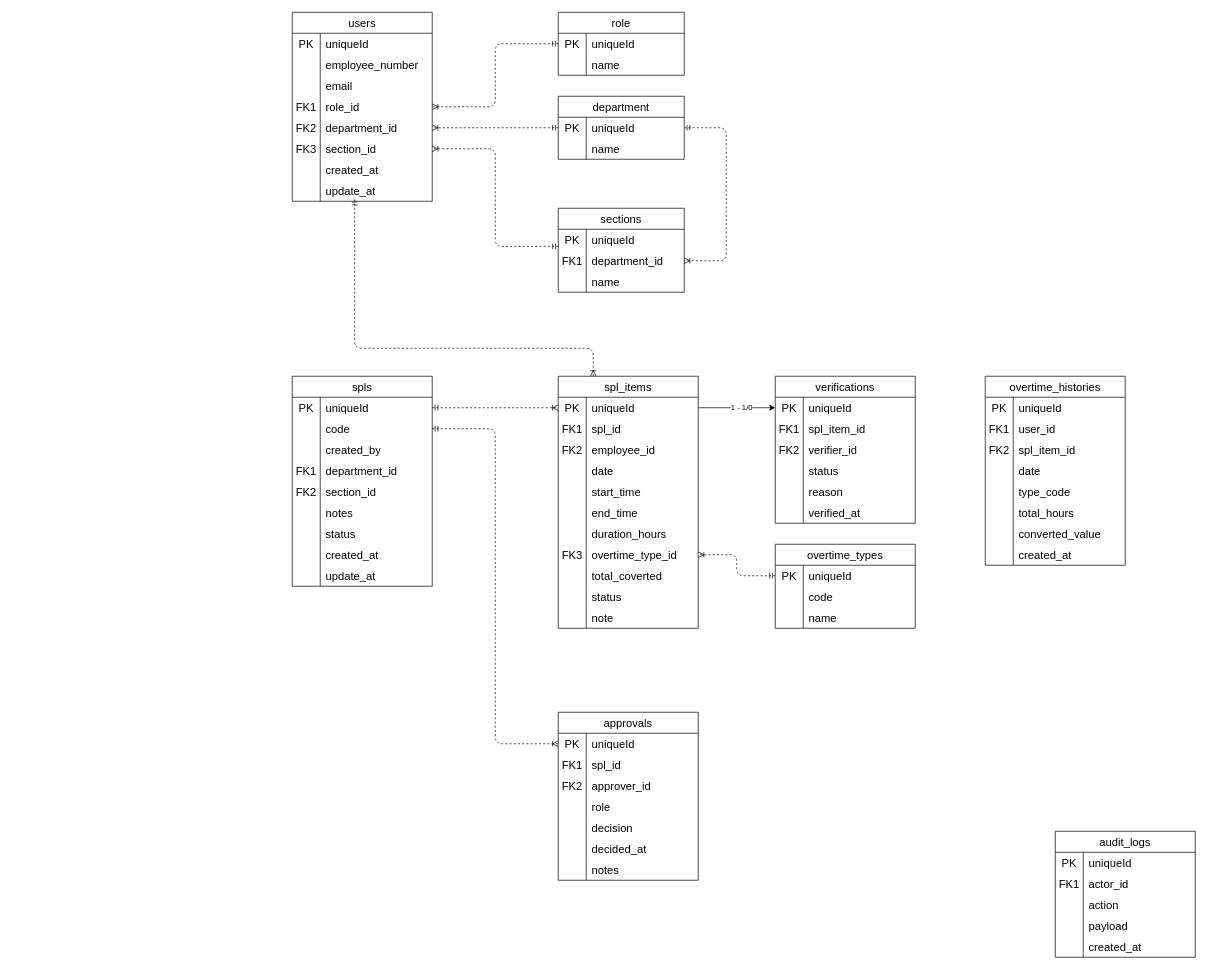
Earlier version of the draw.io diagram Surat Perintah Lembur.drawio (Hudha11/dbd-surat-perintah-lembur). Source tidied: cells renumbered, new cells numbered last; positions are measured from the earlier drawing's top-left corner, leaving out a move shared by most shapes. Both pictures are drawn from the tidied source at 70%, with x=0, y=0 at pixel (292, 12).
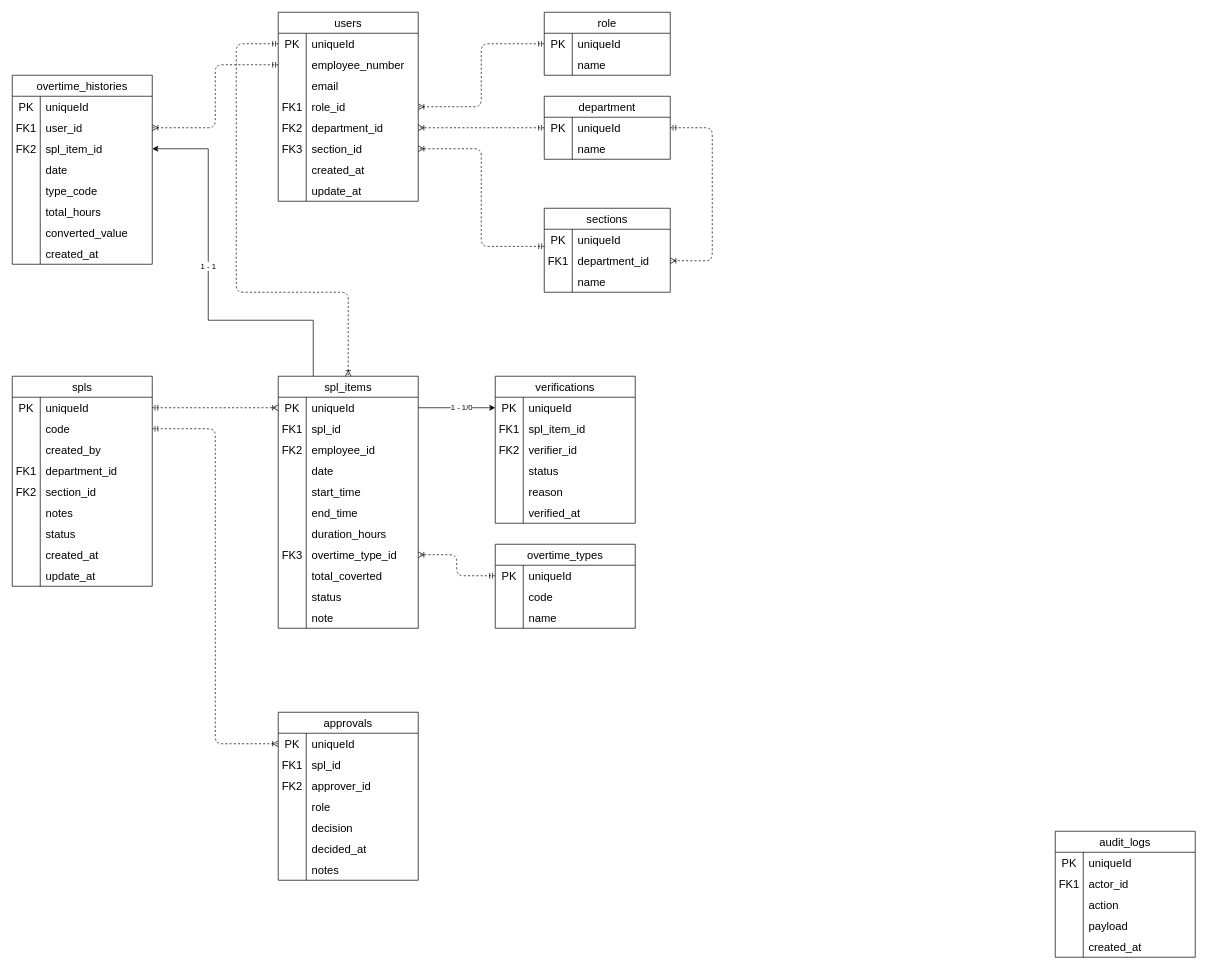
The same diagram, later.

The change refers to these unchanged cells:
```xml
<mxCell id="5" style="shape=tableRow;horizontal=0;startSize=0;swimlaneHead=0;swimlaneBody=0;top=0;left=0;bottom=0;right=0;fillColor=none;points=[[0,0.5],[1,0.5]];portConstraint=eastwest;strokeColor=inherit;fontSize=16;" parent="4" vertex="1">
  <mxGeometry y="30" width="200" height="30" as="geometry" />
</mxCell>
<mxCell id="8" style="shape=tableRow;horizontal=0;startSize=0;swimlaneHead=0;swimlaneBody=0;top=0;left=0;bottom=0;right=0;fillColor=none;points=[[0,0.5],[1,0.5]];portConstraint=eastwest;strokeColor=inherit;fontSize=16;" parent="4" vertex="1">
  <mxGeometry y="60" width="200" height="30" as="geometry" />
</mxCell>
<mxCell id="26" style="shape=tableRow;horizontal=0;startSize=0;swimlaneHead=0;swimlaneBody=0;top=0;left=0;bottom=0;right=0;fillColor=none;points=[[0,0.5],[1,0.5]];portConstraint=eastwest;strokeColor=inherit;fontSize=16;" parent="4" vertex="1">
  <mxGeometry y="240" width="200" height="30" as="geometry" />
</mxCell>
<mxCell id="37" style="shape=tableRow;horizontal=0;startSize=0;swimlaneHead=0;swimlaneBody=0;top=0;left=0;bottom=0;right=0;fillColor=none;points=[[0,0.5],[1,0.5]];portConstraint=eastwest;strokeColor=inherit;fontSize=16;" parent="36" vertex="1">
  <mxGeometry y="30" width="180" height="30" as="geometry" />
</mxCell>
<mxCell id="47" style="shape=tableRow;horizontal=0;startSize=0;swimlaneHead=0;swimlaneBody=0;top=0;left=0;bottom=0;right=0;fillColor=none;points=[[0,0.5],[1,0.5]];portConstraint=eastwest;strokeColor=inherit;fontSize=16;" parent="43" vertex="1">
  <mxGeometry y="60" width="180" height="30" as="geometry" />
</mxCell>
<mxCell id="173" style="shape=tableRow;horizontal=0;startSize=0;swimlaneHead=0;swimlaneBody=0;top=0;left=0;bottom=0;right=0;fillColor=none;points=[[0,0.5],[1,0.5]];portConstraint=eastwest;strokeColor=inherit;fontSize=16;" parent="169" vertex="1">
  <mxGeometry y="60" width="200" height="30" as="geometry" />
</mxCell>
<mxCell id="176" style="shape=tableRow;horizontal=0;startSize=0;swimlaneHead=0;swimlaneBody=0;top=0;left=0;bottom=0;right=0;fillColor=none;points=[[0,0.5],[1,0.5]];portConstraint=eastwest;strokeColor=inherit;fontSize=16;" parent="169" vertex="1">
  <mxGeometry y="90" width="200" height="30" as="geometry" />
</mxCell>
```

The edit, as a diff of the source:
```diff
@@
     <mxCell id="4" value="users" style="shape=table;startSize=30;childLayout=tableLayout;rowLines=0;fontStyle=0;strokeColor=default;fontSize=16;" parent="1" vertex="1">
-      <mxGeometry width="200" height="270" as="geometry" />
+      <mxGeometry x="-20" width="200" height="270" as="geometry" />
     </mxCell>
@@
     <mxCell id="29" value="role" style="shape=table;startSize=30;childLayout=tableLayout;rowLines=0;fontStyle=0;strokeColor=default;fontSize=16;" parent="1" vertex="1">
-      <mxGeometry x="380" width="180" height="90" as="geometry" />
+      <mxGeometry x="360" width="180" height="90" as="geometry" />
     </mxCell>
@@
     <mxCell id="36" value="department" style="shape=table;startSize=30;childLayout=tableLayout;rowLines=0;fontStyle=0;strokeColor=default;fontSize=16;" parent="1" vertex="1">
-      <mxGeometry x="380" y="120" width="180" height="90" as="geometry" />
+      <mxGeometry x="360" y="120" width="180" height="90" as="geometry" />
     </mxCell>
@@
     <mxCell id="43" value="sections" style="shape=table;startSize=30;childLayout=tableLayout;rowLines=0;fontStyle=0;strokeColor=default;fontSize=16;" parent="1" vertex="1">
-      <mxGeometry x="380" y="280" width="180" height="120" as="geometry" />
+      <mxGeometry x="360" y="280" width="180" height="120" as="geometry" />
     </mxCell>
@@
     <mxCell id="55" style="edgeStyle=orthogonalEdgeStyle;html=1;entryX=1;entryY=0.5;labelBackgroundColor=none;startArrow=ERmandOne;endArrow=ERoneToMany;fontFamily=Verdana;fontSize=12;align=left;dashed=1;entryDx=0;entryDy=0;exitX=1;exitY=0.5;exitDx=0;exitDy=0;" parent="1" edge="1" source="37" target="47">
       <mxGeometry relative="1" as="geometry">
         <Array as="points">
-          <mxPoint x="620" y="165" />
-          <mxPoint x="620" y="355" />
+          <mxPoint x="600" y="165" />
+          <mxPoint x="600" y="355" />
         </Array>
       </mxGeometry>
     </mxCell>
     <mxCell id="56" value="spls" style="shape=table;startSize=30;childLayout=tableLayout;rowLines=0;fontStyle=0;strokeColor=default;fontSize=16;" parent="1" vertex="1">
-      <mxGeometry y="520" width="200" height="300" as="geometry" />
+      <mxGeometry x="-400" y="520" width="200" height="300" as="geometry" />
     </mxCell>
@@
     <mxCell id="84" value="spl_items" style="shape=table;startSize=30;childLayout=tableLayout;rowLines=0;fontStyle=0;strokeColor=default;fontSize=16;" parent="1" vertex="1">
-      <mxGeometry x="380" y="520" width="200" height="360" as="geometry" />
+      <mxGeometry x="-20" y="520" width="200" height="360" as="geometry" />
     </mxCell>
@@
     <mxCell id="118" value="approvals" style="shape=table;startSize=30;childLayout=tableLayout;rowLines=0;fontStyle=0;strokeColor=default;fontSize=16;" parent="1" vertex="1">
-      <mxGeometry x="380" y="1000" width="200" height="240" as="geometry" />
+      <mxGeometry x="-20" y="1000" width="200" height="240" as="geometry" />
     </mxCell>
@@
     <mxCell id="140" value="verifications" style="shape=table;startSize=30;childLayout=tableLayout;rowLines=0;fontStyle=0;strokeColor=default;fontSize=16;" parent="1" vertex="1">
-      <mxGeometry x="690" y="520" width="200" height="210" as="geometry" />
+      <mxGeometry x="290" y="520" width="200" height="210" as="geometry" />
     </mxCell>
@@
     <mxCell id="159" value="overtime_types" style="shape=table;startSize=30;childLayout=tableLayout;rowLines=0;fontStyle=0;strokeColor=default;fontSize=16;" parent="1" vertex="1">
-      <mxGeometry x="690" y="760" width="200" height="120" as="geometry" />
+      <mxGeometry x="290" y="760" width="200" height="120" as="geometry" />
     </mxCell>
@@
     <mxCell id="169" value="overtime_histories" style="shape=table;startSize=30;childLayout=tableLayout;rowLines=0;fontStyle=0;strokeColor=default;fontSize=16;" parent="1" vertex="1">
-      <mxGeometry x="990" y="520" width="200" height="270" as="geometry" />
+      <mxGeometry x="-400" y="90" width="200" height="270" as="geometry" />
     </mxCell>
@@
-    <mxCell id="211" style="edgeStyle=orthogonalEdgeStyle;html=1;dashed=1;labelBackgroundColor=none;startArrow=ERmandOne;endArrow=ERoneToMany;fontFamily=Verdana;fontSize=12;align=left;exitX=0.446;exitY=0.909;exitDx=0;exitDy=0;entryX=0.25;entryY=0;entryDx=0;entryDy=0;exitPerimeter=0;" parent="1" edge="1" source="26" target="84">
+    <mxCell id="211" style="edgeStyle=orthogonalEdgeStyle;html=1;dashed=1;labelBackgroundColor=none;startArrow=ERmandOne;endArrow=ERoneToMany;fontFamily=Verdana;fontSize=12;align=left;exitX=0;exitY=0.5;exitDx=0;exitDy=0;entryX=0.5;entryY=0;entryDx=0;entryDy=0;" parent="1" edge="1" source="5" target="84">
       <mxGeometry relative="1" as="geometry">
         <Array as="points">
-          <mxPoint x="89" y="480" />
-          <mxPoint x="430" y="480" />
+          <mxPoint x="-80" y="45" />
+          <mxPoint x="-80" y="400" />
+          <mxPoint x="80" y="400" />
         </Array>
       </mxGeometry>
     </mxCell>
@@
+    <mxCell id="215" style="edgeStyle=orthogonalEdgeStyle;html=1;dashed=1;labelBackgroundColor=none;startArrow=ERmandOne;endArrow=ERoneToMany;fontFamily=Verdana;fontSize=12;align=left;exitX=0;exitY=0.5;exitDx=0;exitDy=0;entryX=1;entryY=0.5;entryDx=0;entryDy=0;" parent="1" edge="1" source="8" target="173">
+      <mxGeometry relative="1" as="geometry" />
+    </mxCell>
+    <mxCell id="216" style="edgeStyle=none;jettySize=auto;html=1;rounded=0;entryX=1;entryY=0.5;entryDx=0;entryDy=0;" parent="1" edge="1" target="176">
+      <mxGeometry relative="1" as="geometry">
+        <mxPoint x="30" y="520" as="sourcePoint" />
+        <Array as="points">
+          <mxPoint x="30" y="440" />
+          <mxPoint x="-120" y="440" />
+          <mxPoint x="-120" y="195" />
+        </Array>
+      </mxGeometry>
+    </mxCell>
+    <mxCell id="217" value="1 - 1" style="edgeLabel;html=1;align=center;verticalAlign=middle;" parent="216" vertex="1">
+      <mxGeometry x="0.11" y="1" relative="1" as="geometry" />
+    </mxCell>
```
